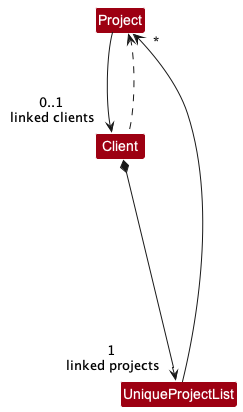
The PlantUML diagram docs/images/LinkedClassDiagram.png in nus-cs2103-AY2223S2/tp, before a commit. Source of this version:
```plantuml
@startuml
!include style.puml
skinparam classBackgroundColor MODEL_COLOR

Class Client

Class UniqueProjectList

Class Project

Client *----> "1\n linked projects" UniqueProjectList
Project -->"0..1\n linked clients" Client
Client .up.> Project
UniqueProjectList -up->"*" Project

@enduml
```
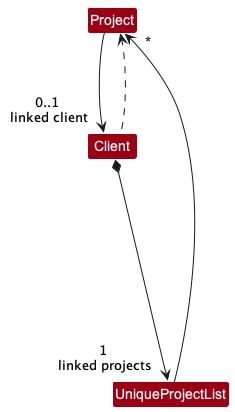
Above is the later version.

Commit message:
Adjust diagram sizes

Diff of the diagram source:
```diff
@@ -9,7 +9,7 @@
 Class Project
 
 Client *----> "1\n linked projects" UniqueProjectList
-Project -->"0..1\n linked clients" Client
+Project -->"0..1\n linked client" Client
 Client .up.> Project
 UniqueProjectList -up->"*" Project
 
```
